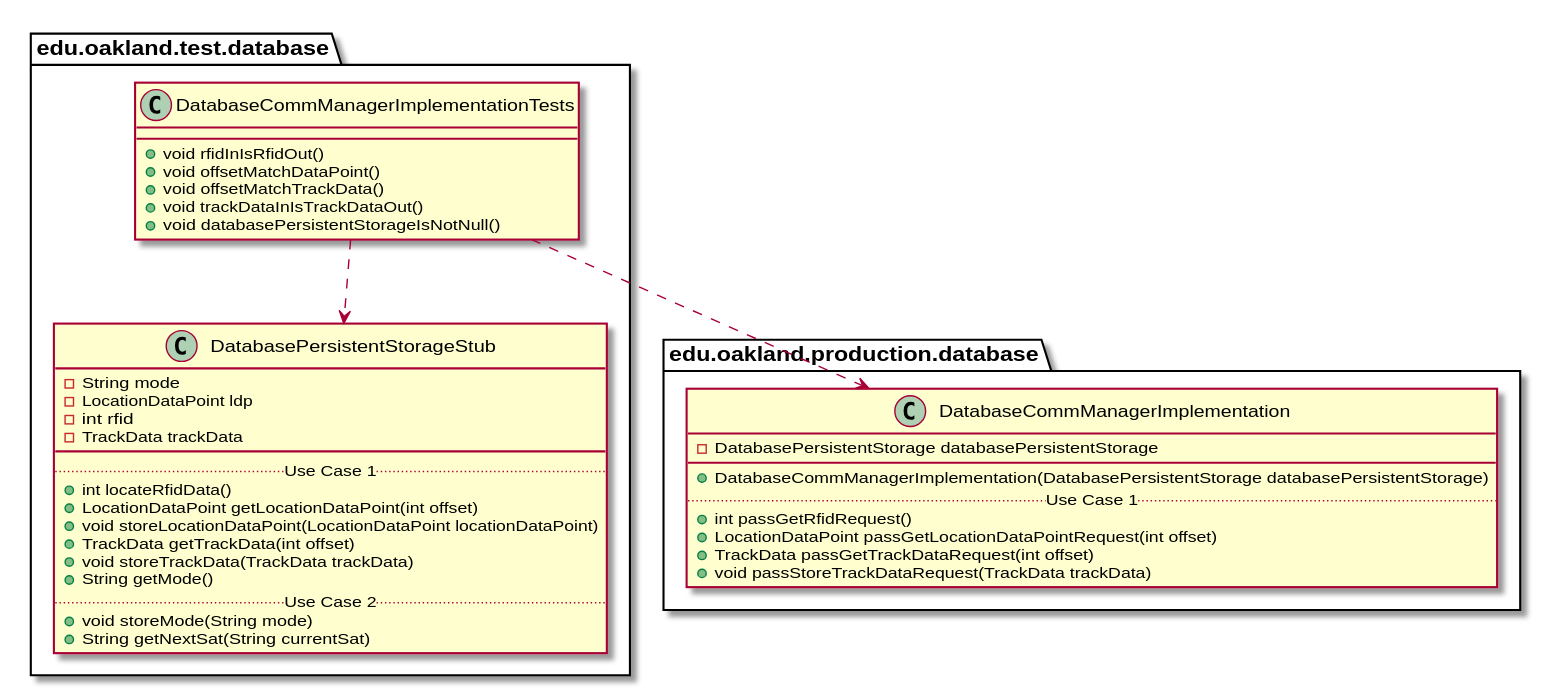
Before: docs/uml-class-diagrams/database/test/DatabaseCommManagerImplementationTests/DatabaseCommManagerImplementationTests_DirectDependencies.svg, a diagram exported from PlantUML (andrewdimmer/csi-3370-software-project).
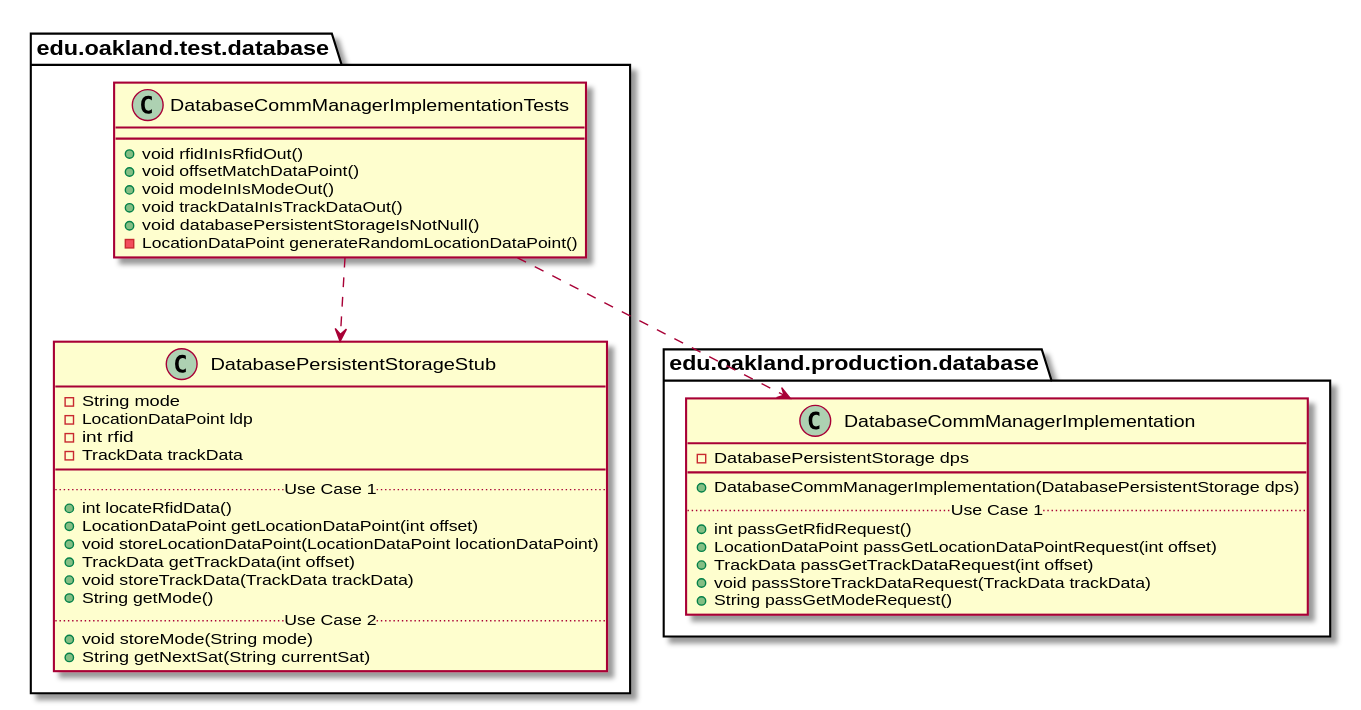
The same file after the commit.

The edit, as a diff of the source:
```diff
@@ -5,9 +5,10 @@
     class DatabaseCommManagerImplementationTests {
         + void rfidInIsRfidOut()
         + void offsetMatchDataPoint()
-        + void offsetMatchTrackData()
+        + void modeInIsModeOut()
         + void trackDataInIsTrackDataOut()
         + void databasePersistentStorageIsNotNull()
+        - LocationDataPoint generateRandomLocationDataPoint()
     }
 }
 
@@ -38,14 +39,15 @@
 
 package edu.oakland.production.database {
     class DatabaseCommManagerImplementation {
-        - DatabasePersistentStorage databasePersistentStorage
+        - DatabasePersistentStorage dps
         __
-        + DatabaseCommManagerImplementation(DatabasePersistentStorage databasePersistentStorage)
+        + DatabaseCommManagerImplementation(DatabasePersistentStorage dps)
         .. Use Case 1 ..
         + int passGetRfidRequest()
         + LocationDataPoint passGetLocationDataPointRequest(int offset)
         + TrackData passGetTrackDataRequest(int offset)
         + void passStoreTrackDataRequest(TrackData trackData)
+        + String passGetModeRequest()
     }
 }
 
```
